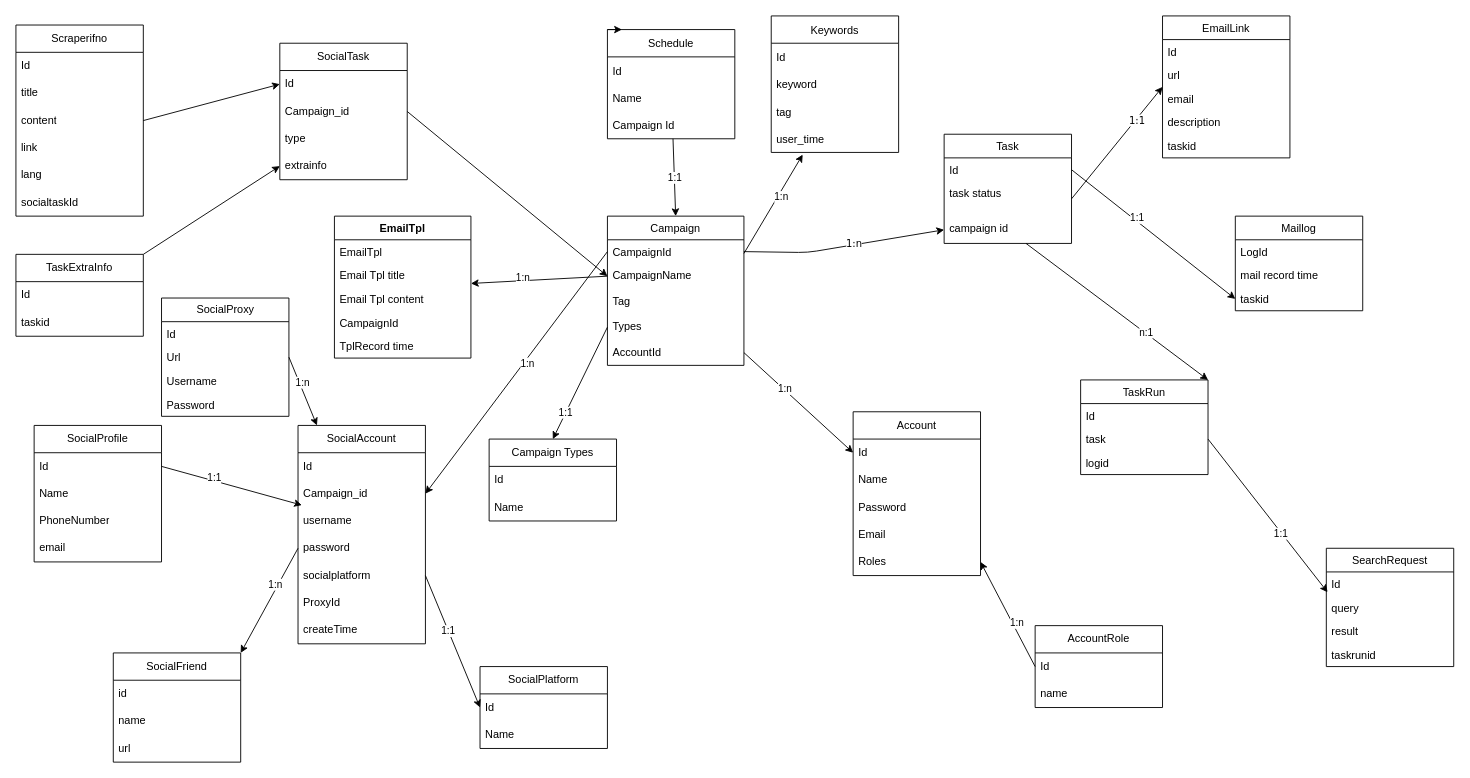
Before: doc/class.drawio in robertzengcn/marketing, a draw.io diagram. Source tidied: cells renumbered, new cells numbered last; positions are measured from the earlier drawing's top-left corner, leaving out a move shared by most shapes. Both pictures are drawn from the tidied source at 91%, with x=0, y=0 at pixel (15, 15).
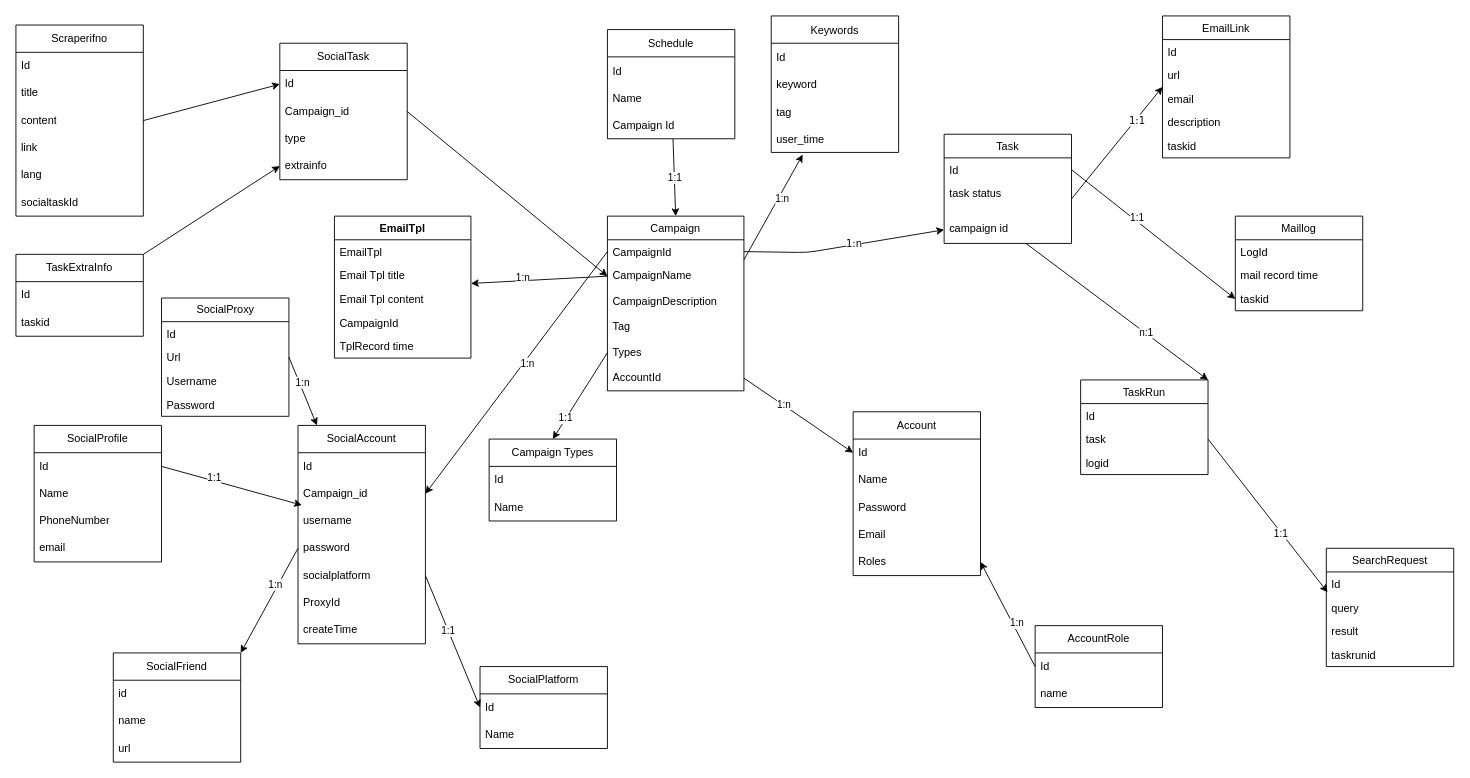
After the change.

Unchanged cells that the change refers to:
```xml
<mxCell id="48" value="Schedule" style="swimlane;fontStyle=0;horizontal=1;startSize=30;" parent="1" vertex="1">
  <mxGeometry x="650" y="15" width="140" height="120" as="geometry" />
</mxCell>
```

Change to the diagram source:
```diff
@@
     <mxCell id="4" value="Campaign" style="swimlane;fontStyle=0;horizontal=1;startSize=26;fillColor=none;" parent="1" vertex="1">
-      <mxGeometry x="650" y="220" width="150" height="164" as="geometry" />
+      <mxGeometry x="650" y="220" width="150" height="192" as="geometry" />
     </mxCell>
@@
+    <mxCell id="133" value="CampaignDescription" style="text;strokeColor=none;fillColor=none;align=left;verticalAlign=top;spacingLeft=4;spacingRight=4;overflow=hidden;" parent="4" vertex="1">
+      <mxGeometry y="80" width="150" height="28" as="geometry" />
+    </mxCell>
     <mxCell id="7" value="Tag" style="text;strokeColor=none;fillColor=none;align=left;verticalAlign=top;spacingLeft=4;spacingRight=4;overflow=hidden;" parent="4" vertex="1">
-      <mxGeometry y="80" width="150" height="28" as="geometry" />
+      <mxGeometry y="108" width="150" height="28" as="geometry" />
     </mxCell>
     <mxCell id="8" value="Types" style="text;strokeColor=none;fillColor=none;align=left;verticalAlign=top;spacingLeft=4;spacingRight=4;overflow=hidden;points=[[0,0.5],[1,0.5]];portConstraint=eastwest;" parent="4" vertex="1">
-      <mxGeometry y="108" width="150" height="28" as="geometry" />
+      <mxGeometry y="136" width="150" height="28" as="geometry" />
     </mxCell>
     <mxCell id="9" value="AccountId" style="text;strokeColor=none;fillColor=none;align=left;verticalAlign=top;spacingLeft=4;spacingRight=4;overflow=hidden;points=[[0,0.5],[1,0.5]];portConstraint=eastwest;" parent="4" vertex="1">
-      <mxGeometry y="136" width="150" height="28" as="geometry" />
+      <mxGeometry y="164" width="150" height="28" as="geometry" />
     </mxCell>
@@
-    <mxCell id="57" style="edgeStyle=none;html=1;exitX=0;exitY=0;exitDx=0;exitDy=0;entryX=0.114;entryY=0;entryDx=0;entryDy=0;entryPerimeter=0;" parent="1" edge="1" source="48" target="48">
-      <mxGeometry relative="1" as="geometry" />
-    </mxCell>
```
